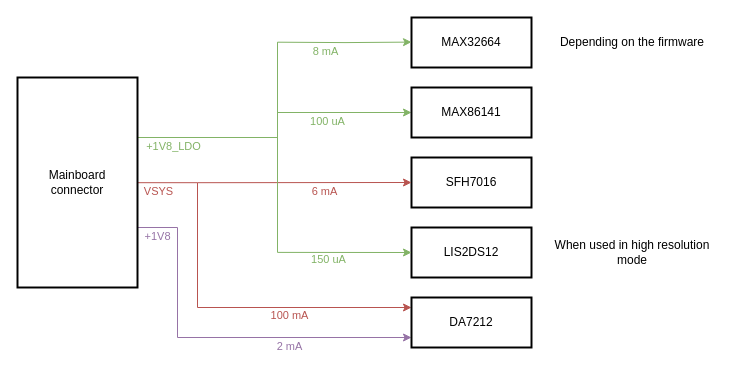
Above: docs/ZSWatch Extension.drawio in ZSWatch/Extension-HW (draw.io), before the change. Source tidied: cells renumbered, new cells numbered last; positions are measured from the earlier drawing's top-left corner, leaving out a move shared by most shapes. Both pictures are drawn from the tidied source at 100%, with x=0, y=0 at pixel (17, 17).
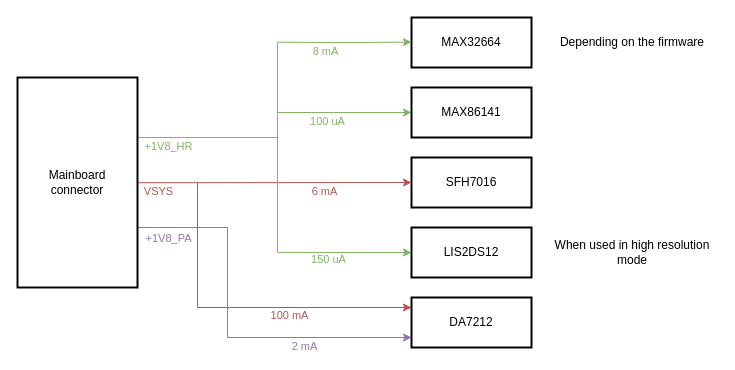
The same page after the edit.

Commit message (it also covers changes not shown here):
First version of the Layout and the Schematics is done

Unchanged cells that the change refers to:
```xml
<mxCell id="26" style="endArrow=none;html=1;rounded=0;fillColor=#d5e8d4;strokeColor=#82b366;" parent="1" edge="1">
  <mxGeometry relative="1" as="geometry">
    <mxPoint x="120" y="120" as="sourcePoint" />
    <mxPoint x="260" y="120" as="targetPoint" />
  </mxGeometry>
</mxCell>
```

What changed in the source:
```diff
@@
     <mxCell id="19" style="endArrow=classic;html=1;rounded=0;entryX=0;entryY=0.75;entryDx=0;entryDy=0;fillColor=#e1d5e7;strokeColor=#9673a6;" parent="1" edge="1">
       <mxGeometry relative="1" as="geometry">
-        <mxPoint x="160" y="320" as="sourcePoint" />
+        <mxPoint x="210" y="320" as="sourcePoint" />
         <mxPoint x="394" y="320" as="targetPoint" />
       </mxGeometry>
     </mxCell>
@@
     <mxCell id="24" style="endArrow=none;html=1;rounded=0;exitX=1.008;exitY=0.809;exitDx=0;exitDy=0;exitPerimeter=0;fillColor=#e1d5e7;strokeColor=#9673a6;" parent="1" edge="1">
       <mxGeometry relative="1" as="geometry">
         <mxPoint x="120" y="210" as="sourcePoint" />
-        <mxPoint x="160" y="210" as="targetPoint" />
+        <mxPoint x="210" y="210" as="targetPoint" />
       </mxGeometry>
     </mxCell>
-    <mxCell id="25" value="+1V8" style="edgeLabel;html=1;align=center;verticalAlign=middle;fontColor=#9673A6;labelBackgroundColor=none;" parent="24" vertex="1">
+    <mxCell id="25" value="+1V8_PA" style="edgeLabel;html=1;align=center;verticalAlign=middle;fontColor=#9673A6;labelBackgroundColor=none;" parent="24" vertex="1">
       <mxGeometry x="-0.45" relative="1" as="geometry">
-        <mxPoint x="8" y="8" as="offset" />
+        <mxPoint x="5" y="10" as="offset" />
       </mxGeometry>
     </mxCell>
@@
-    <mxCell id="27" value="+1V8_LDO" style="edgeLabel;html=1;align=center;verticalAlign=middle;fontColor=#82B366;labelBackgroundColor=none;" parent="26" vertex="1">
+    <mxCell id="27" value="+1V8_HR" style="edgeLabel;html=1;align=center;verticalAlign=middle;fontColor=#82B366;labelBackgroundColor=none;" parent="26" vertex="1">
       <mxGeometry x="-0.21" relative="1" as="geometry">
-        <mxPoint x="-20" y="8" as="offset" />
+        <mxPoint x="-25" y="8" as="offset" />
       </mxGeometry>
     </mxCell>
@@
     <mxCell id="31" style="endArrow=none;html=1;rounded=0;fillColor=#e1d5e7;strokeColor=#9673a6;" parent="1" edge="1">
       <mxGeometry relative="1" as="geometry">
-        <mxPoint x="160" y="320" as="sourcePoint" />
-        <mxPoint x="160" y="210" as="targetPoint" />
+        <mxPoint x="210" y="320" as="sourcePoint" />
+        <mxPoint x="210" y="210" as="targetPoint" />
+        <Array as="points">
+          <mxPoint x="210" y="270" />
+        </Array>
       </mxGeometry>
     </mxCell>
```
